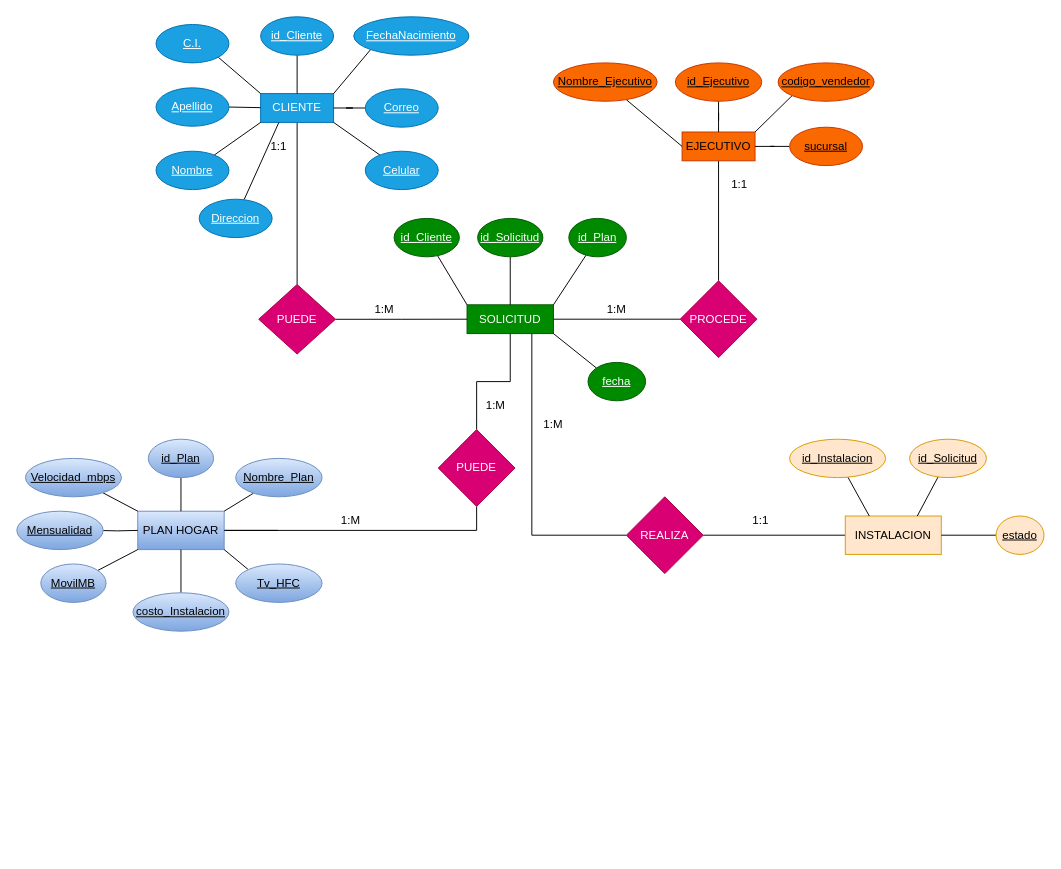
Before: page "Modelo ER" (1 of 2) of Diagrama, Entidad y Relacion.drawio in Robert-VT/Proyecto-BaseDeDatos-, a draw.io diagram. Source tidied: cells renumbered, new cells numbered last; positions are measured from the earlier drawing's top-left corner, leaving out a move shared by most shapes. Both pictures are drawn from the tidied source at 96%, with x=0, y=0 at pixel (16, 16).
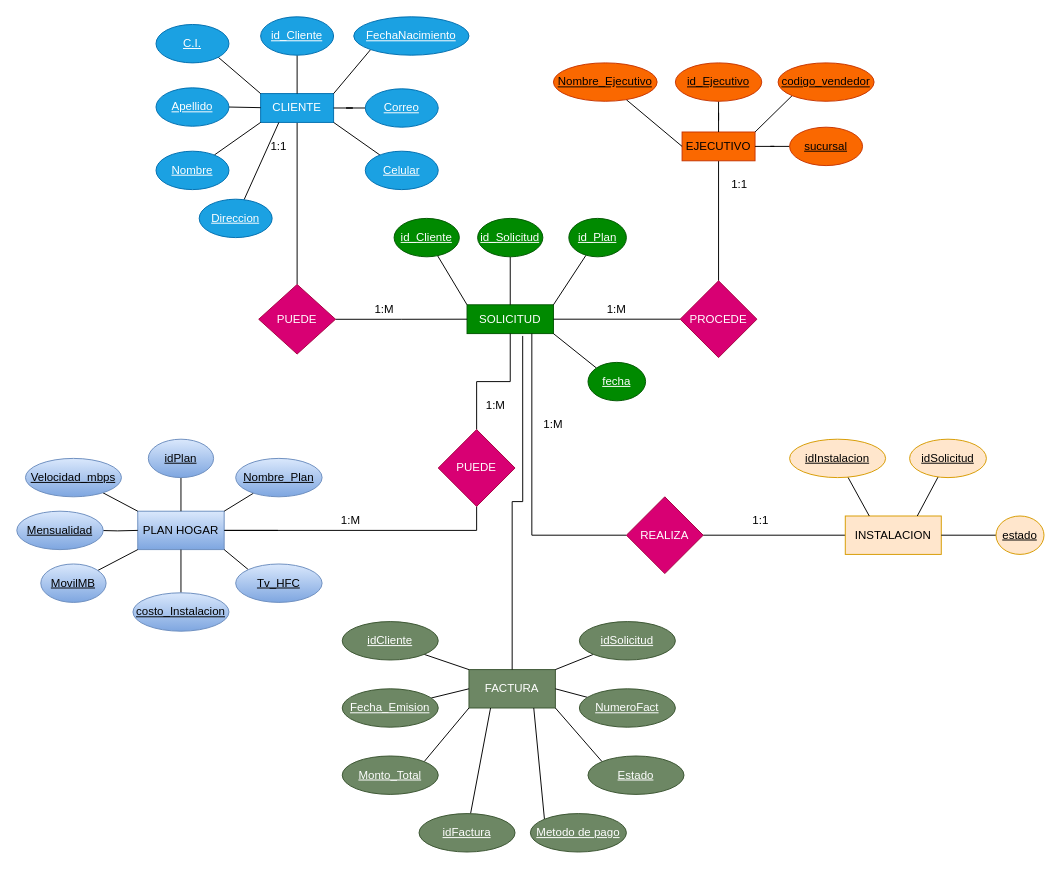
Above is the later version.

The change refers to these unchanged cells:
```xml
<mxCell id="18" value="SOLICITUD" style="whiteSpace=wrap;html=1;align=center;fillColor=#008a00;fontColor=#ffffff;strokeColor=#005700;" parent="1" vertex="1">
  <mxGeometry x="469" y="300" width="90" height="30" as="geometry" />
</mxCell>
```

The edit, as a diff of the source:
```diff
@@
-    <mxCell id="51" value="id_Plan" style="ellipse;whiteSpace=wrap;html=1;align=center;fontStyle=4;fillColor=#dae8fc;gradientColor=#7ea6e0;strokeColor=#6c8ebf;" parent="1" vertex="1">
+    <mxCell id="51" value="idPlan" style="ellipse;whiteSpace=wrap;html=1;align=center;fontStyle=4;fillColor=#dae8fc;gradientColor=#7ea6e0;strokeColor=#6c8ebf;" parent="1" vertex="1">
       <mxGeometry x="137" y="440" width="68" height="40" as="geometry" />
     </mxCell>
@@
-    <mxCell id="68" value="id_Instalacion" style="ellipse;whiteSpace=wrap;html=1;align=center;fontStyle=4;fillColor=#ffe6cc;strokeColor=#d79b00;" parent="1" vertex="1">
+    <mxCell id="68" value="idInstalacion" style="ellipse;whiteSpace=wrap;html=1;align=center;fontStyle=4;fillColor=#ffe6cc;strokeColor=#d79b00;" parent="1" vertex="1">
       <mxGeometry x="805" y="440" width="100" height="40" as="geometry" />
     </mxCell>
@@
-    <mxCell id="70" value="id_Solicitud" style="ellipse;whiteSpace=wrap;html=1;align=center;fontStyle=4;fillColor=#ffe6cc;strokeColor=#d79b00;" parent="1" vertex="1">
+    <mxCell id="70" value="idSolicitud" style="ellipse;whiteSpace=wrap;html=1;align=center;fontStyle=4;fillColor=#ffe6cc;strokeColor=#d79b00;" parent="1" vertex="1">
       <mxGeometry x="930" y="440" width="80" height="40" as="geometry" />
     </mxCell>
@@
+    <mxCell id="81" value="FACTURA" style="whiteSpace=wrap;html=1;align=center;fillColor=#6d8764;fontColor=#ffffff;strokeColor=#3A5431;" parent="1" vertex="1">
+      <mxGeometry x="471" y="680" width="90" height="40" as="geometry" />
+    </mxCell>
+    <mxCell id="82" style="edgeStyle=orthogonalEdgeStyle;rounded=0;jettySize=auto;html=1;entryX=0.644;entryY=1.081;entryDx=0;entryDy=0;entryPerimeter=0;endArrow=none;endFill=0;" parent="1" edge="1" source="81" target="18">
+      <mxGeometry relative="1" as="geometry" />
+    </mxCell>
+    <mxCell id="83" style="rounded=0;jettySize=auto;html=1;entryX=0.25;entryY=1;entryDx=0;entryDy=0;endArrow=none;endFill=0;" parent="1" edge="1" source="84" target="81">
+      <mxGeometry relative="1" as="geometry" />
+    </mxCell>
+    <mxCell id="84" value="idFactura" style="ellipse;whiteSpace=wrap;html=1;align=center;fontStyle=4;fillColor=#6d8764;fontColor=#ffffff;strokeColor=#3A5431;" parent="1" vertex="1">
+      <mxGeometry x="419" y="830" width="100" height="40" as="geometry" />
+    </mxCell>
+    <mxCell id="85" style="rounded=0;jettySize=auto;html=1;entryX=1;entryY=0.5;entryDx=0;entryDy=0;endArrow=none;endFill=0;" parent="1" edge="1" source="86" target="81">
+      <mxGeometry relative="1" as="geometry" />
+    </mxCell>
+    <mxCell id="86" value="NumeroFact" style="ellipse;whiteSpace=wrap;html=1;align=center;fontStyle=20;fillColor=#6d8764;fontColor=#ffffff;strokeColor=#3A5431;" parent="1" vertex="1">
+      <mxGeometry x="586" y="700" width="100" height="40" as="geometry" />
+    </mxCell>
+    <mxCell id="87" style="rounded=0;jettySize=auto;html=1;entryX=0;entryY=0.5;entryDx=0;entryDy=0;endArrow=none;endFill=0;" parent="1" edge="1" source="88" target="81">
+      <mxGeometry relative="1" as="geometry" />
+    </mxCell>
+    <mxCell id="88" value="Fecha_Emision" style="ellipse;whiteSpace=wrap;html=1;align=center;fontStyle=20;fillColor=#6d8764;fontColor=#ffffff;strokeColor=#3A5431;" parent="1" vertex="1">
+      <mxGeometry x="339" y="700" width="100" height="40" as="geometry" />
+    </mxCell>
+    <mxCell id="89" style="rounded=0;jettySize=auto;html=1;exitX=1;exitY=0;exitDx=0;exitDy=0;entryX=0;entryY=1;entryDx=0;entryDy=0;endArrow=none;endFill=0;" parent="1" edge="1" source="90" target="81">
+      <mxGeometry relative="1" as="geometry" />
+    </mxCell>
+    <mxCell id="90" value="Monto_Total" style="ellipse;whiteSpace=wrap;html=1;align=center;fontStyle=20;fillColor=#6d8764;fontColor=#ffffff;strokeColor=#3A5431;" parent="1" vertex="1">
+      <mxGeometry x="339" y="770" width="100" height="40" as="geometry" />
+    </mxCell>
+    <mxCell id="91" style="rounded=0;jettySize=auto;html=1;exitX=0;exitY=0;exitDx=0;exitDy=0;entryX=1;entryY=1;entryDx=0;entryDy=0;endArrow=none;endFill=0;" parent="1" edge="1" source="92" target="81">
+      <mxGeometry relative="1" as="geometry" />
+    </mxCell>
+    <mxCell id="92" value="Estado" style="ellipse;whiteSpace=wrap;html=1;align=center;fontStyle=20;fillColor=#6d8764;fontColor=#ffffff;strokeColor=#3A5431;" parent="1" vertex="1">
+      <mxGeometry x="595" y="770" width="100" height="40" as="geometry" />
+    </mxCell>
+    <mxCell id="93" style="rounded=0;jettySize=auto;html=1;exitX=0;exitY=0;exitDx=0;exitDy=0;entryX=0.75;entryY=1;entryDx=0;entryDy=0;endArrow=none;endFill=0;" parent="1" edge="1" source="94" target="81">
+      <mxGeometry relative="1" as="geometry" />
+    </mxCell>
+    <mxCell id="94" value="Metodo de pago" style="ellipse;whiteSpace=wrap;html=1;align=center;fontStyle=20;fillColor=#6d8764;fontColor=#ffffff;strokeColor=#3A5431;" parent="1" vertex="1">
+      <mxGeometry x="535" y="830" width="100" height="40" as="geometry" />
+    </mxCell>
+    <mxCell id="95" style="rounded=0;jettySize=auto;html=1;exitX=1;exitY=1;exitDx=0;exitDy=0;entryX=0;entryY=0;entryDx=0;entryDy=0;endArrow=none;endFill=0;" parent="1" edge="1" source="96" target="81">
+      <mxGeometry relative="1" as="geometry" />
+    </mxCell>
+    <mxCell id="96" value="idCliente" style="ellipse;whiteSpace=wrap;html=1;align=center;fontStyle=4;fillColor=#6d8764;fontColor=#ffffff;strokeColor=#3A5431;" parent="1" vertex="1">
+      <mxGeometry x="339" y="630" width="100" height="40" as="geometry" />
+    </mxCell>
+    <mxCell id="97" style="rounded=0;jettySize=auto;html=1;entryX=1;entryY=0;entryDx=0;entryDy=0;endArrow=none;endFill=0;" parent="1" edge="1" source="98" target="81">
+      <mxGeometry relative="1" as="geometry" />
+    </mxCell>
+    <mxCell id="98" value="idSolicitud" style="ellipse;whiteSpace=wrap;html=1;align=center;fontStyle=4;fillColor=#6d8764;fontColor=#ffffff;strokeColor=#3A5431;" parent="1" vertex="1">
+      <mxGeometry x="586" y="630" width="100" height="40" as="geometry" />
+    </mxCell>
```
